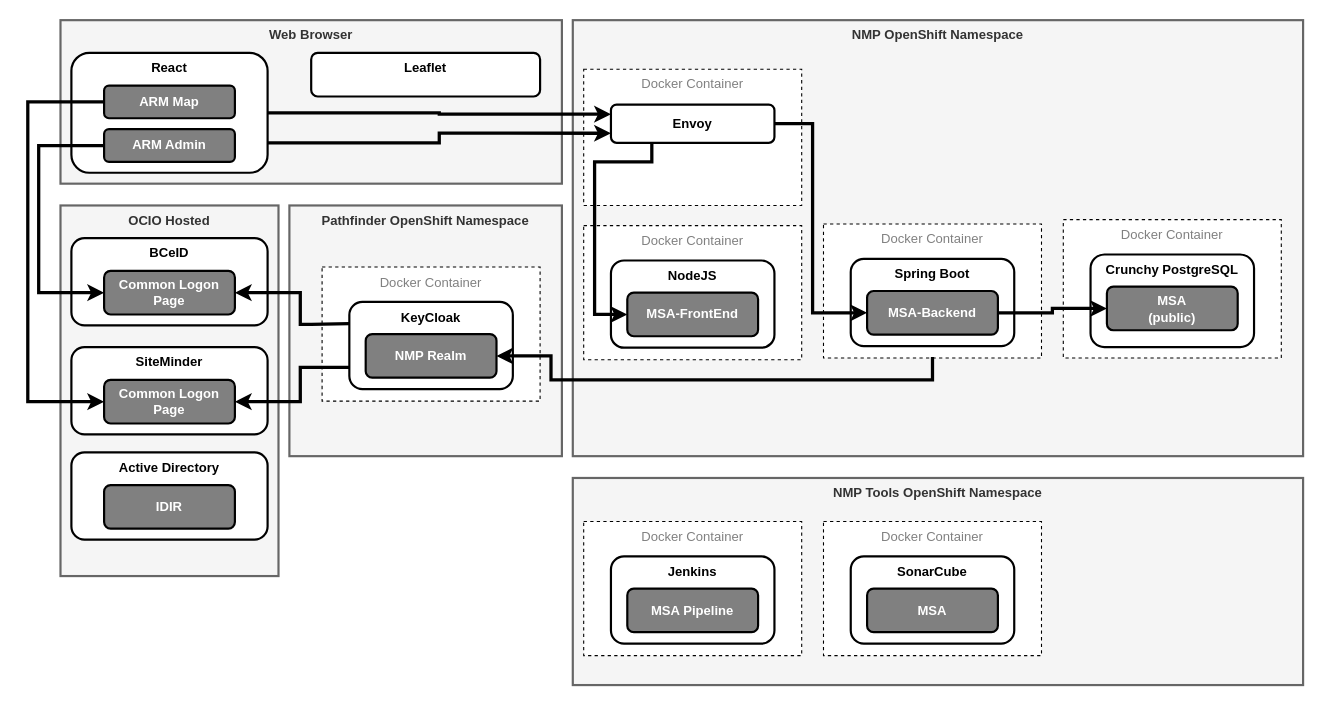
Above: docs/MSA_Arch.drawio in bcgov/agri-nmp-msa (draw.io), before the change. Source tidied: cells renumbered, new cells numbered last; positions are measured from the earlier drawing's top-left corner, leaving out a move shared by most shapes. Both pictures are drawn from the tidied source at 109%, with x=0, y=0 at pixel (27, 20).
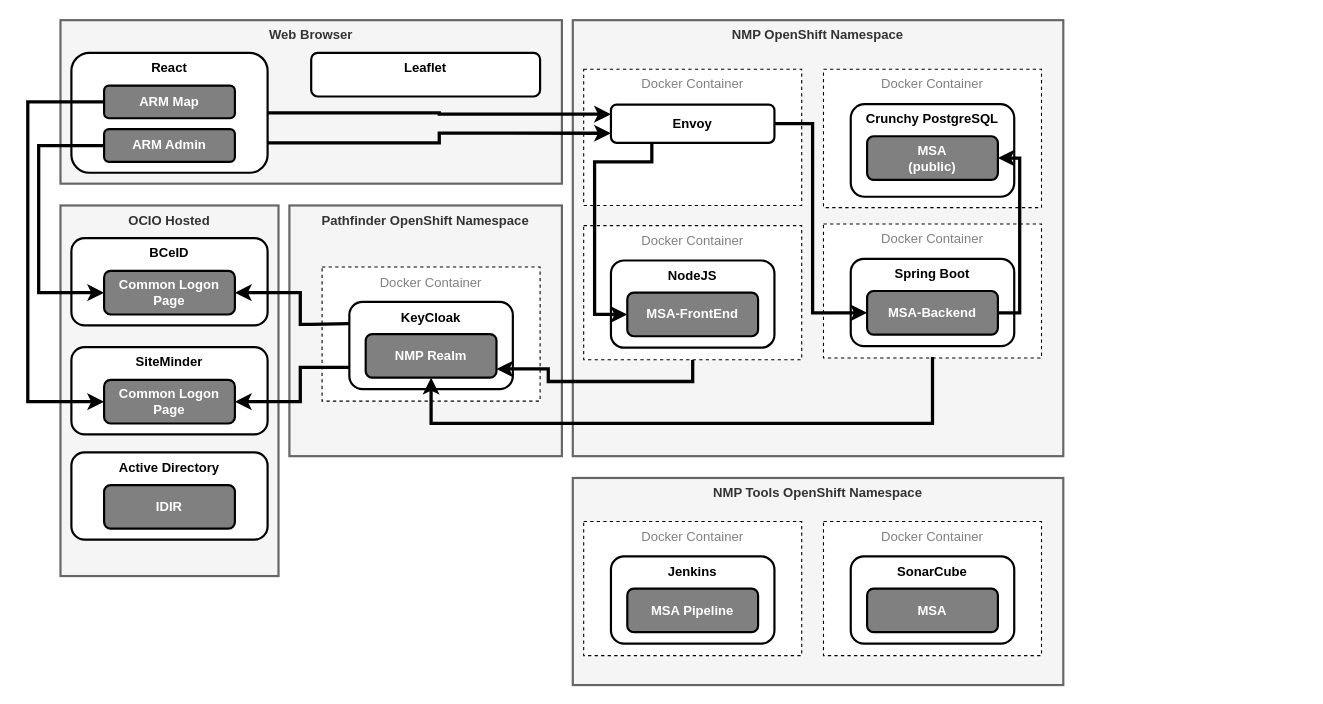
After the change.

Commit message (it also covers changes not shown here):
Refined KeyCloak flow on Arch diagram

Unchanged cells that the change refers to:
```xml
<mxCell id="20" value="KeyCloak" style="rounded=1;whiteSpace=wrap;html=1;strokeWidth=2;verticalAlign=top;fontStyle=1;" parent="1" vertex="1">
  <mxGeometry x="295" y="258.5" width="150" height="80" as="geometry" />
</mxCell>
<mxCell id="23" value="NMP Realm" style="rounded=1;whiteSpace=wrap;html=1;strokeWidth=2;fillColor=#808080;fontColor=#FFFFFF;fontStyle=1;" parent="1" vertex="1">
  <mxGeometry x="310" y="288" width="120" height="40" as="geometry" />
</mxCell>
<mxCell id="24" value="Docker Container" style="rounded=0;whiteSpace=wrap;html=1;strokeWidth=1;fillColor=#FFFFFF;fontColor=#808080;dashed=1;verticalAlign=top;" parent="1" vertex="1">
  <mxGeometry x="510" y="188.5" width="200" height="123" as="geometry" />
</mxCell>
<mxCell id="30" value="MSA-Backend" style="rounded=1;whiteSpace=wrap;html=1;strokeWidth=2;fillColor=#808080;fontColor=#FFFFFF;fontStyle=1;" parent="1" vertex="1">
  <mxGeometry x="770" y="248.5" width="120" height="40" as="geometry" />
</mxCell>
```

What changed in the source:
```diff
@@
     <mxCell id="14" value="NMP OpenShift Namespace" style="rounded=0;whiteSpace=wrap;html=1;verticalAlign=top;fillColor=#f5f5f5;strokeColor=#666666;fontColor=#333333;strokeWidth=2;fontStyle=1;" parent="1" vertex="1">
-      <mxGeometry x="500" width="670" height="400" as="geometry" />
+      <mxGeometry x="500" width="450" height="400" as="geometry" />
     </mxCell>
@@
+    <mxCell id="47" style="edgeStyle=orthogonalEdgeStyle;rounded=0;jettySize=auto;html=1;startArrow=classic;startFill=1;endArrow=none;endFill=0;strokeWidth=3;fontColor=#FFFFFF;exitX=0.9;exitY=0.769;exitDx=0;exitDy=0;exitPerimeter=0;entryX=0.5;entryY=1;entryDx=0;entryDy=0;" parent="1" edge="1" source="20" target="24">
+      <mxGeometry relative="1" as="geometry" />
+    </mxCell>
@@
     <mxCell id="32" value="Docker Container" style="rounded=0;whiteSpace=wrap;html=1;strokeWidth=1;fillColor=#FFFFFF;fontColor=#808080;dashed=1;verticalAlign=top;" parent="1" vertex="1">
-      <mxGeometry x="950" y="183" width="200" height="127" as="geometry" />
+      <mxGeometry x="730" y="45" width="200" height="127" as="geometry" />
     </mxCell>
     <mxCell id="33" value="Crunchy PostgreSQL" style="rounded=1;whiteSpace=wrap;html=1;strokeWidth=2;verticalAlign=top;fontStyle=1;" parent="1" vertex="1">
-      <mxGeometry x="975" y="215" width="150" height="85" as="geometry" />
+      <mxGeometry x="755" y="77" width="150" height="85" as="geometry" />
     </mxCell>
     <mxCell id="34" value="MSA&lt;br&gt;(public)" style="rounded=1;whiteSpace=wrap;html=1;strokeWidth=2;fillColor=#808080;fontColor=#FFFFFF;fontStyle=1;" parent="1" vertex="1">
-      <mxGeometry x="990" y="244.5" width="120" height="40" as="geometry" />
+      <mxGeometry x="770" y="106.5" width="120" height="40" as="geometry" />
     </mxCell>
-    <mxCell id="35" style="edgeStyle=orthogonalEdgeStyle;rounded=0;jettySize=auto;html=1;startArrow=classic;startFill=1;endArrow=none;endFill=0;fontColor=#FFFFFF;entryX=1;entryY=0.5;entryDx=0;entryDy=0;strokeWidth=3;exitX=0;exitY=0.5;exitDx=0;exitDy=0;" parent="1" edge="1" source="34" target="30">
+    <mxCell id="35" style="rounded=0;jettySize=auto;html=1;startArrow=classic;startFill=1;endArrow=none;endFill=0;fontColor=#FFFFFF;entryX=1;entryY=0.5;entryDx=0;entryDy=0;strokeWidth=3;edgeStyle=orthogonalEdgeStyle;exitX=1;exitY=0.5;exitDx=0;exitDy=0;" parent="1" edge="1" source="34" target="30">
       <mxGeometry relative="1" as="geometry" />
     </mxCell>
@@
     <mxCell id="38" value="NMP Tools OpenShift Namespace" style="rounded=0;whiteSpace=wrap;html=1;verticalAlign=top;fillColor=#f5f5f5;strokeColor=#666666;fontColor=#333333;strokeWidth=2;fontStyle=1;" parent="1" vertex="1">
-      <mxGeometry x="500" y="420" width="670" height="190" as="geometry" />
+      <mxGeometry x="500" y="420" width="450" height="190" as="geometry" />
     </mxCell>
@@
-    <mxCell id="45" style="edgeStyle=orthogonalEdgeStyle;rounded=0;jettySize=auto;html=1;startArrow=classic;startFill=1;endArrow=none;endFill=0;fontColor=#FFFFFF;strokeWidth=3;exitX=1;exitY=0.5;exitDx=0;exitDy=0;" parent="1" edge="1" source="23">
+    <mxCell id="45" style="edgeStyle=orthogonalEdgeStyle;rounded=0;jettySize=auto;html=1;startArrow=classic;startFill=1;endArrow=none;endFill=0;fontColor=#FFFFFF;strokeWidth=3;exitX=0.5;exitY=1;exitDx=0;exitDy=0;" parent="1" edge="1" source="23">
       <mxGeometry relative="1" as="geometry">
         <mxPoint x="830" y="309" as="targetPoint" />
         <Array as="points">
-          <mxPoint x="480" y="308" />
-          <mxPoint x="480" y="330" />
-          <mxPoint x="830" y="330" />
-          <mxPoint x="830" y="309" />
+          <mxPoint x="370" y="370" />
+          <mxPoint x="830" y="370" />
         </Array>
       </mxGeometry>
     </mxCell>
```
